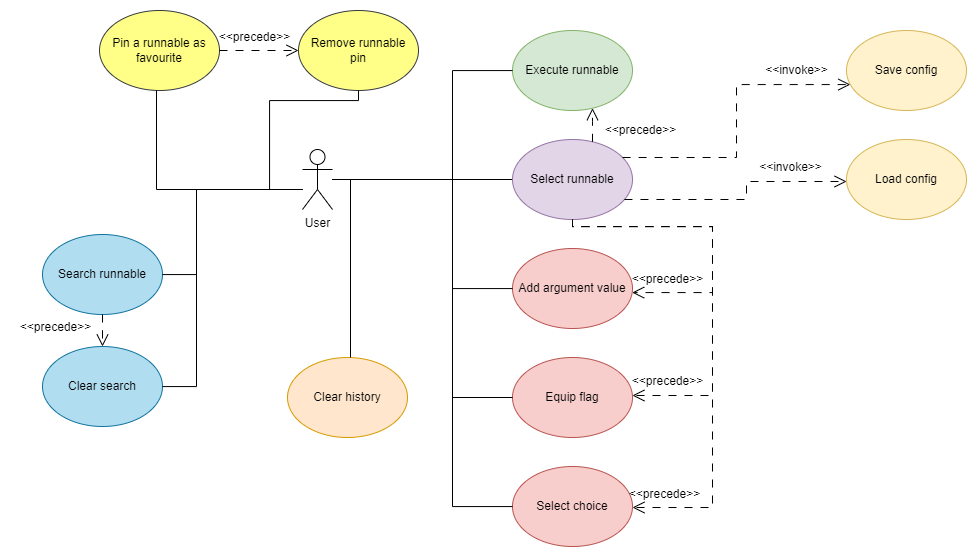
The draw.io diagram documentation/img/use_case_diagram.drawio.png in CsullogBeni/szofttech, before a commit. Source tidied: cells renumbered, new cells last; positions are measured from the earlier drawing's top-left corner, leaving out a move shared by most shapes. Source of this version:
```xml
<mxGraphModel>
  <root>
    <mxCell id="0" />
    <mxCell id="1" parent="0" />
    <mxCell id="2" style="edgeStyle=orthogonalEdgeStyle;rounded=0;jettySize=auto;html=1;endArrow=none;endFill=0;" parent="1" edge="1" source="3" target="5">
      <mxGeometry relative="1" as="geometry" />
    </mxCell>
    <mxCell id="3" value="User" style="shape=umlActor;verticalLabelPosition=bottom;verticalAlign=top;html=1;outlineConnect=0;" parent="1" vertex="1">
      <mxGeometry x="292" y="139" width="30" height="60" as="geometry" />
    </mxCell>
    <mxCell id="4" style="edgeStyle=orthogonalEdgeStyle;rounded=0;jettySize=auto;html=1;endArrow=open;endFill=0;endSize=10;dashed=1;dashPattern=8 8;" parent="1" edge="1" source="5" target="6">
      <mxGeometry relative="1" as="geometry">
        <Array as="points">
          <mxPoint x="562" y="216" />
          <mxPoint x="702" y="216" />
          <mxPoint x="702" y="282" />
        </Array>
      </mxGeometry>
    </mxCell>
    <mxCell id="5" value="Select runnable" style="ellipse;whiteSpace=wrap;html=1;fillColor=#e1d5e7;strokeColor=#9673a6;" parent="1" vertex="1">
      <mxGeometry x="502" y="129" width="120" height="80" as="geometry" />
    </mxCell>
    <mxCell id="6" value="Add argument value" style="ellipse;whiteSpace=wrap;html=1;fillColor=#f8cecc;strokeColor=#b85450;" parent="1" vertex="1">
      <mxGeometry x="502" y="238" width="120" height="80" as="geometry" />
    </mxCell>
    <mxCell id="7" value="Equip flag" style="ellipse;whiteSpace=wrap;html=1;fillColor=#f8cecc;strokeColor=#b85450;" parent="1" vertex="1">
      <mxGeometry x="502" y="347" width="120" height="80" as="geometry" />
    </mxCell>
    <mxCell id="8" value="Select choice" style="ellipse;whiteSpace=wrap;html=1;fillColor=#f8cecc;strokeColor=#b85450;" parent="1" vertex="1">
      <mxGeometry x="502" y="456" width="120" height="80" as="geometry" />
    </mxCell>
    <mxCell id="9" value="&amp;lt;&amp;lt;precede&amp;gt;&amp;gt;" style="text;html=1;align=center;verticalAlign=middle;strokeColor=none;fillColor=none;" parent="1" vertex="1">
      <mxGeometry x="612" y="256" width="89" height="26" as="geometry" />
    </mxCell>
    <mxCell id="10" style="edgeStyle=orthogonalEdgeStyle;rounded=0;jettySize=auto;html=1;endArrow=open;endFill=0;endSize=10;dashed=1;dashPattern=8 8;" parent="1" edge="1" source="5" target="7">
      <mxGeometry relative="1" as="geometry">
        <Array as="points">
          <mxPoint x="562" y="216" />
          <mxPoint x="702" y="216" />
          <mxPoint x="702" y="385" />
        </Array>
      </mxGeometry>
    </mxCell>
    <mxCell id="11" style="edgeStyle=orthogonalEdgeStyle;rounded=0;jettySize=auto;html=1;endArrow=open;endFill=0;endSize=10;dashed=1;dashPattern=8 8;" parent="1" edge="1" source="5" target="8">
      <mxGeometry relative="1" as="geometry">
        <Array as="points">
          <mxPoint x="562" y="216" />
          <mxPoint x="702" y="216" />
          <mxPoint x="702" y="497" />
        </Array>
      </mxGeometry>
    </mxCell>
    <mxCell id="12" value="&amp;lt;&amp;lt;precede&amp;gt;&amp;gt;" style="text;html=1;align=center;verticalAlign=middle;strokeColor=none;fillColor=none;" parent="1" vertex="1">
      <mxGeometry x="609" y="471" width="89" height="26" as="geometry" />
    </mxCell>
    <mxCell id="13" value="&amp;lt;&amp;lt;precede&amp;gt;&amp;gt;" style="text;html=1;align=center;verticalAlign=middle;strokeColor=none;fillColor=none;" parent="1" vertex="1">
      <mxGeometry x="612" y="358" width="89" height="26" as="geometry" />
    </mxCell>
    <mxCell id="14" style="edgeStyle=orthogonalEdgeStyle;rounded=0;jettySize=auto;html=1;endArrow=none;endFill=0;" parent="1" edge="1" source="3" target="6">
      <mxGeometry relative="1" as="geometry">
        <Array as="points">
          <mxPoint x="442" y="169" />
          <mxPoint x="442" y="278" />
        </Array>
      </mxGeometry>
    </mxCell>
    <mxCell id="15" style="edgeStyle=orthogonalEdgeStyle;rounded=0;jettySize=auto;html=1;endArrow=none;endFill=0;" parent="1" edge="1" source="3" target="7">
      <mxGeometry relative="1" as="geometry">
        <Array as="points">
          <mxPoint x="442" y="169" />
          <mxPoint x="442" y="387" />
        </Array>
      </mxGeometry>
    </mxCell>
    <mxCell id="16" style="edgeStyle=orthogonalEdgeStyle;rounded=0;jettySize=auto;html=1;endArrow=none;endFill=0;" parent="1" edge="1" source="3" target="8">
      <mxGeometry relative="1" as="geometry">
        <Array as="points">
          <mxPoint x="442" y="169" />
          <mxPoint x="442" y="496" />
        </Array>
      </mxGeometry>
    </mxCell>
    <mxCell id="17" value="Execute runnable" style="ellipse;whiteSpace=wrap;html=1;fillColor=#d5e8d4;strokeColor=#82b366;" parent="1" vertex="1">
      <mxGeometry x="502" y="20" width="120" height="80" as="geometry" />
    </mxCell>
    <mxCell id="18" style="edgeStyle=orthogonalEdgeStyle;rounded=0;jettySize=auto;html=1;endArrow=open;endFill=0;endSize=10;dashed=1;dashPattern=8 8;" parent="1" edge="1" source="5" target="17">
      <mxGeometry relative="1" as="geometry">
        <Array as="points">
          <mxPoint x="582" y="111" />
          <mxPoint x="582" y="111" />
        </Array>
      </mxGeometry>
    </mxCell>
    <mxCell id="19" style="edgeStyle=orthogonalEdgeStyle;rounded=0;jettySize=auto;html=1;endArrow=none;endFill=0;" parent="1" edge="1" source="3" target="17">
      <mxGeometry relative="1" as="geometry">
        <Array as="points">
          <mxPoint x="442" y="169" />
          <mxPoint x="442" y="60" />
        </Array>
      </mxGeometry>
    </mxCell>
    <mxCell id="20" value="Save config" style="ellipse;whiteSpace=wrap;html=1;fillColor=#fff2cc;strokeColor=#d6b656;" parent="1" vertex="1">
      <mxGeometry x="836" y="20" width="120" height="80" as="geometry" />
    </mxCell>
    <mxCell id="21" value="Load config" style="ellipse;whiteSpace=wrap;html=1;fillColor=#fff2cc;strokeColor=#d6b656;" parent="1" vertex="1">
      <mxGeometry x="836" y="129" width="120" height="80" as="geometry" />
    </mxCell>
    <mxCell id="22" value="&amp;lt;&amp;lt;precede&amp;gt;&amp;gt;" style="text;html=1;align=center;verticalAlign=middle;strokeColor=none;fillColor=none;" parent="1" vertex="1">
      <mxGeometry x="585" y="107" width="89" height="26" as="geometry" />
    </mxCell>
    <mxCell id="23" style="edgeStyle=orthogonalEdgeStyle;rounded=0;jettySize=auto;html=1;endArrow=open;endFill=0;endSize=10;dashed=1;dashPattern=8 8;" parent="1" edge="1" source="5" target="20">
      <mxGeometry relative="1" as="geometry">
        <Array as="points">
          <mxPoint x="726" y="147" />
          <mxPoint x="726" y="74" />
        </Array>
      </mxGeometry>
    </mxCell>
    <mxCell id="24" value="&amp;lt;&amp;lt;invoke&amp;gt;&amp;gt;" style="text;html=1;align=center;verticalAlign=middle;strokeColor=none;fillColor=none;" parent="1" vertex="1">
      <mxGeometry x="745" y="47" width="81" height="26" as="geometry" />
    </mxCell>
    <mxCell id="25" style="edgeStyle=orthogonalEdgeStyle;rounded=0;jettySize=auto;html=1;endArrow=open;endFill=0;endSize=10;dashed=1;dashPattern=8 8;" parent="1" edge="1" source="5" target="21">
      <mxGeometry relative="1" as="geometry">
        <Array as="points">
          <mxPoint x="736" y="189" />
          <mxPoint x="736" y="171" />
        </Array>
      </mxGeometry>
    </mxCell>
    <mxCell id="26" value="&amp;lt;&amp;lt;invoke&amp;gt;&amp;gt;" style="text;html=1;align=center;verticalAlign=middle;strokeColor=none;fillColor=none;" parent="1" vertex="1">
      <mxGeometry x="739" y="144" width="81" height="26" as="geometry" />
    </mxCell>
    <mxCell id="27" value="Clear history" style="ellipse;whiteSpace=wrap;html=1;fillColor=#ffe6cc;strokeColor=#d79b00;" parent="1" vertex="1">
      <mxGeometry x="277" y="347" width="120" height="80" as="geometry" />
    </mxCell>
    <mxCell id="28" style="edgeStyle=orthogonalEdgeStyle;rounded=0;jettySize=auto;html=1;endArrow=none;endFill=0;" parent="1" edge="1" source="3" target="27">
      <mxGeometry relative="1" as="geometry">
        <Array as="points">
          <mxPoint x="340" y="169" />
        </Array>
      </mxGeometry>
    </mxCell>
    <mxCell id="29" value="Pin a runnable as favourite&lt;span style=&quot;color: rgba(0, 0, 0, 0); font-family: monospace; font-size: 0px; text-align: start; text-wrap: nowrap;&quot;&gt;%3CmxGraphModel%3E%3Croot%3E%3CmxCell%20id%3D%220%22%2F%3E%3CmxCell%20id%3D%221%22%20parent%3D%220%22%2F%3E%3CmxCell%20id%3D%222%22%20value%3D%22Execute%20runnable%22%20style%3D%22ellipse%3BwhiteSpace%3Dwrap%3Bhtml%3D1%3BfillColor%3D%23d5e8d4%3BstrokeColor%3D%2382b366%3B%22%20vertex%3D%221%22%20parent%3D%221%22%3E%3CmxGeometry%20x%3D%22372%22%20y%3D%22207%22%20width%3D%22120%22%20height%3D%2280%22%20as%3D%22geometry%22%2F%3E%3C%2FmxCell%3E%3C%2Froot%3E%3C%2FmxGraphModel%3E&lt;/span&gt;" style="ellipse;whiteSpace=wrap;html=1;fillColor=#ffff88;strokeColor=#36393d;" parent="1" vertex="1">
      <mxGeometry x="89" width="120" height="80" as="geometry" />
    </mxCell>
    <mxCell id="30" value="Remove runnable &lt;br&gt;pin" style="ellipse;whiteSpace=wrap;html=1;fillColor=#ffff88;strokeColor=#36393d;" parent="1" vertex="1">
      <mxGeometry x="288" width="120" height="80" as="geometry" />
    </mxCell>
    <mxCell id="31" style="edgeStyle=orthogonalEdgeStyle;rounded=0;jettySize=auto;html=1;endArrow=none;endFill=0;" parent="1" edge="1" source="3" target="29">
      <mxGeometry relative="1" as="geometry">
        <Array as="points">
          <mxPoint x="146" y="179" />
        </Array>
      </mxGeometry>
    </mxCell>
    <mxCell id="32" style="edgeStyle=orthogonalEdgeStyle;rounded=0;jettySize=auto;html=1;endArrow=none;endFill=0;" parent="1" edge="1" source="3" target="30">
      <mxGeometry relative="1" as="geometry">
        <Array as="points">
          <mxPoint x="259" y="179" />
          <mxPoint x="259" y="90" />
          <mxPoint x="348" y="90" />
        </Array>
      </mxGeometry>
    </mxCell>
    <mxCell id="33" style="edgeStyle=orthogonalEdgeStyle;rounded=0;jettySize=auto;html=1;endArrow=open;endFill=0;endSize=10;dashed=1;dashPattern=8 8;" parent="1" edge="1" source="29" target="30">
      <mxGeometry relative="1" as="geometry" />
    </mxCell>
    <mxCell id="34" value="&amp;lt;&amp;lt;precede&amp;gt;&amp;gt;" style="text;html=1;align=center;verticalAlign=middle;strokeColor=none;fillColor=none;" parent="1" vertex="1">
      <mxGeometry x="199" y="14" width="89" height="26" as="geometry" />
    </mxCell>
    <mxCell id="35" value="Search runnable" style="ellipse;whiteSpace=wrap;html=1;fillColor=#b1ddf0;strokeColor=#10739e;" parent="1" vertex="1">
      <mxGeometry x="32" y="224" width="120" height="80" as="geometry" />
    </mxCell>
    <mxCell id="36" value="Clear search" style="ellipse;whiteSpace=wrap;html=1;fillColor=#b1ddf0;strokeColor=#10739e;" parent="1" vertex="1">
      <mxGeometry x="32" y="336" width="120" height="80" as="geometry" />
    </mxCell>
    <mxCell id="37" style="edgeStyle=orthogonalEdgeStyle;rounded=0;jettySize=auto;html=1;endArrow=none;endFill=0;" parent="1" edge="1" source="3" target="35">
      <mxGeometry relative="1" as="geometry">
        <Array as="points">
          <mxPoint x="186" y="179" />
          <mxPoint x="186" y="264" />
        </Array>
      </mxGeometry>
    </mxCell>
    <mxCell id="38" style="edgeStyle=orthogonalEdgeStyle;rounded=0;jettySize=auto;html=1;endArrow=none;endFill=0;" parent="1" edge="1" source="3" target="36">
      <mxGeometry relative="1" as="geometry">
        <Array as="points">
          <mxPoint x="186" y="179" />
          <mxPoint x="186" y="376" />
        </Array>
      </mxGeometry>
    </mxCell>
    <mxCell id="39" style="edgeStyle=orthogonalEdgeStyle;rounded=0;jettySize=auto;html=1;endArrow=open;endFill=0;endSize=10;dashed=1;dashPattern=8 8;" parent="1" edge="1" source="35" target="36">
      <mxGeometry relative="1" as="geometry" />
    </mxCell>
    <mxCell id="40" value="&amp;lt;&amp;lt;precede&amp;gt;&amp;gt;" style="text;html=1;align=center;verticalAlign=middle;strokeColor=none;fillColor=none;" parent="1" vertex="1">
      <mxGeometry y="304" width="89" height="26" as="geometry" />
    </mxCell>
  </root>
</mxGraphModel>
```
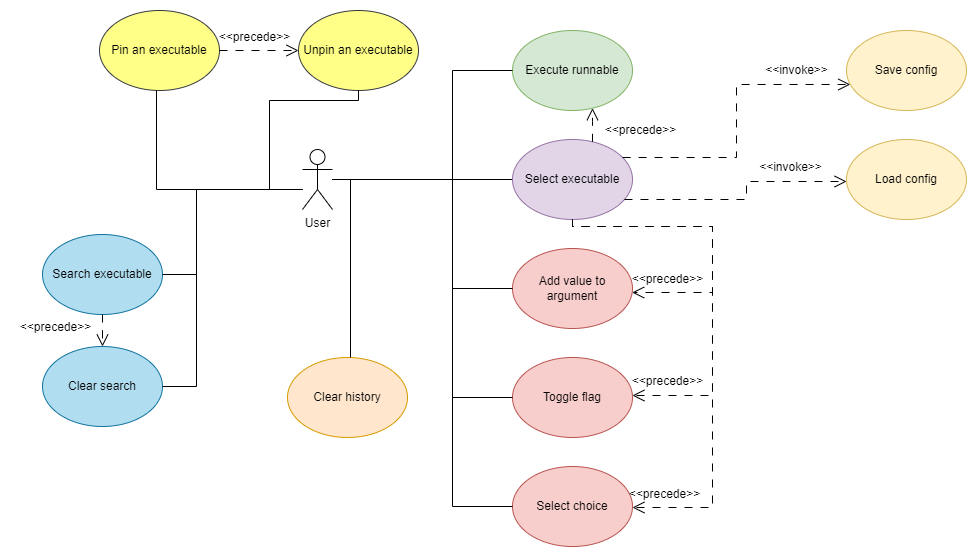
The same file after the commit.

Commit message:
Use cases corrected

Diff of the diagram source:
```diff
@@ -17,13 +17,13 @@
         </Array>
       </mxGeometry>
     </mxCell>
-    <mxCell id="5" value="Select runnable" style="ellipse;whiteSpace=wrap;html=1;fillColor=#e1d5e7;strokeColor=#9673a6;" parent="1" vertex="1">
+    <mxCell id="5" value="Select executable" style="ellipse;whiteSpace=wrap;html=1;fillColor=#e1d5e7;strokeColor=#9673a6;" parent="1" vertex="1">
       <mxGeometry x="502" y="129" width="120" height="80" as="geometry" />
     </mxCell>
-    <mxCell id="6" value="Add argument value" style="ellipse;whiteSpace=wrap;html=1;fillColor=#f8cecc;strokeColor=#b85450;" parent="1" vertex="1">
+    <mxCell id="6" value="Add value to argument" style="ellipse;whiteSpace=wrap;html=1;fillColor=#f8cecc;strokeColor=#b85450;" parent="1" vertex="1">
       <mxGeometry x="502" y="238" width="120" height="80" as="geometry" />
     </mxCell>
-    <mxCell id="7" value="Equip flag" style="ellipse;whiteSpace=wrap;html=1;fillColor=#f8cecc;strokeColor=#b85450;" parent="1" vertex="1">
+    <mxCell id="7" value="Toggle flag" style="ellipse;whiteSpace=wrap;html=1;fillColor=#f8cecc;strokeColor=#b85450;" parent="1" vertex="1">
       <mxGeometry x="502" y="347" width="120" height="80" as="geometry" />
     </mxCell>
     <mxCell id="8" value="Select choice" style="ellipse;whiteSpace=wrap;html=1;fillColor=#f8cecc;strokeColor=#b85450;" parent="1" vertex="1">
@@ -140,10 +140,10 @@
         </Array>
       </mxGeometry>
     </mxCell>
-    <mxCell id="29" value="Pin a runnable as favourite&lt;span style=&quot;color: rgba(0, 0, 0, 0); font-family: monospace; font-size: 0px; text-align: start; text-wrap: nowrap;&quot;&gt;%3CmxGraphModel%3E%3Croot%3E%3CmxCell%20id%3D%220%22%2F%3E%3CmxCell%20id%3D%221%22%20parent%3D%220%22%2F%3E%3CmxCell%20id%3D%222%22%20value%3D%22Execute%20runnable%22%20style%3D%22ellipse%3BwhiteSpace%3Dwrap%3Bhtml%3D1%3BfillColor%3D%23d5e8d4%3BstrokeColor%3D%2382b366%3B%22%20vertex%3D%221%22%20parent%3D%221%22%3E%3CmxGeometry%20x%3D%22372%22%20y%3D%22207%22%20width%3D%22120%22%20height%3D%2280%22%20as%3D%22geometry%22%2F%3E%3C%2FmxCell%3E%3C%2Froot%3E%3C%2FmxGraphModel%3E&lt;/span&gt;" style="ellipse;whiteSpace=wrap;html=1;fillColor=#ffff88;strokeColor=#36393d;" parent="1" vertex="1">
+    <mxCell id="29" value="Pin an executable" style="ellipse;whiteSpace=wrap;html=1;fillColor=#ffff88;strokeColor=#36393d;" parent="1" vertex="1">
       <mxGeometry x="89" width="120" height="80" as="geometry" />
     </mxCell>
-    <mxCell id="30" value="Remove runnable &lt;br&gt;pin" style="ellipse;whiteSpace=wrap;html=1;fillColor=#ffff88;strokeColor=#36393d;" parent="1" vertex="1">
+    <mxCell id="30" value="Unpin an executable" style="ellipse;whiteSpace=wrap;html=1;fillColor=#ffff88;strokeColor=#36393d;" parent="1" vertex="1">
       <mxGeometry x="288" width="120" height="80" as="geometry" />
     </mxCell>
     <mxCell id="31" style="edgeStyle=orthogonalEdgeStyle;rounded=0;jettySize=auto;html=1;endArrow=none;endFill=0;" parent="1" edge="1" source="3" target="29">
@@ -168,7 +168,7 @@
     <mxCell id="34" value="&amp;lt;&amp;lt;precede&amp;gt;&amp;gt;" style="text;html=1;align=center;verticalAlign=middle;strokeColor=none;fillColor=none;" parent="1" vertex="1">
       <mxGeometry x="199" y="14" width="89" height="26" as="geometry" />
     </mxCell>
-    <mxCell id="35" value="Search runnable" style="ellipse;whiteSpace=wrap;html=1;fillColor=#b1ddf0;strokeColor=#10739e;" parent="1" vertex="1">
+    <mxCell id="35" value="Search executable" style="ellipse;whiteSpace=wrap;html=1;fillColor=#b1ddf0;strokeColor=#10739e;" parent="1" vertex="1">
       <mxGeometry x="32" y="224" width="120" height="80" as="geometry" />
     </mxCell>
     <mxCell id="36" value="Clear search" style="ellipse;whiteSpace=wrap;html=1;fillColor=#b1ddf0;strokeColor=#10739e;" parent="1" vertex="1">
```
